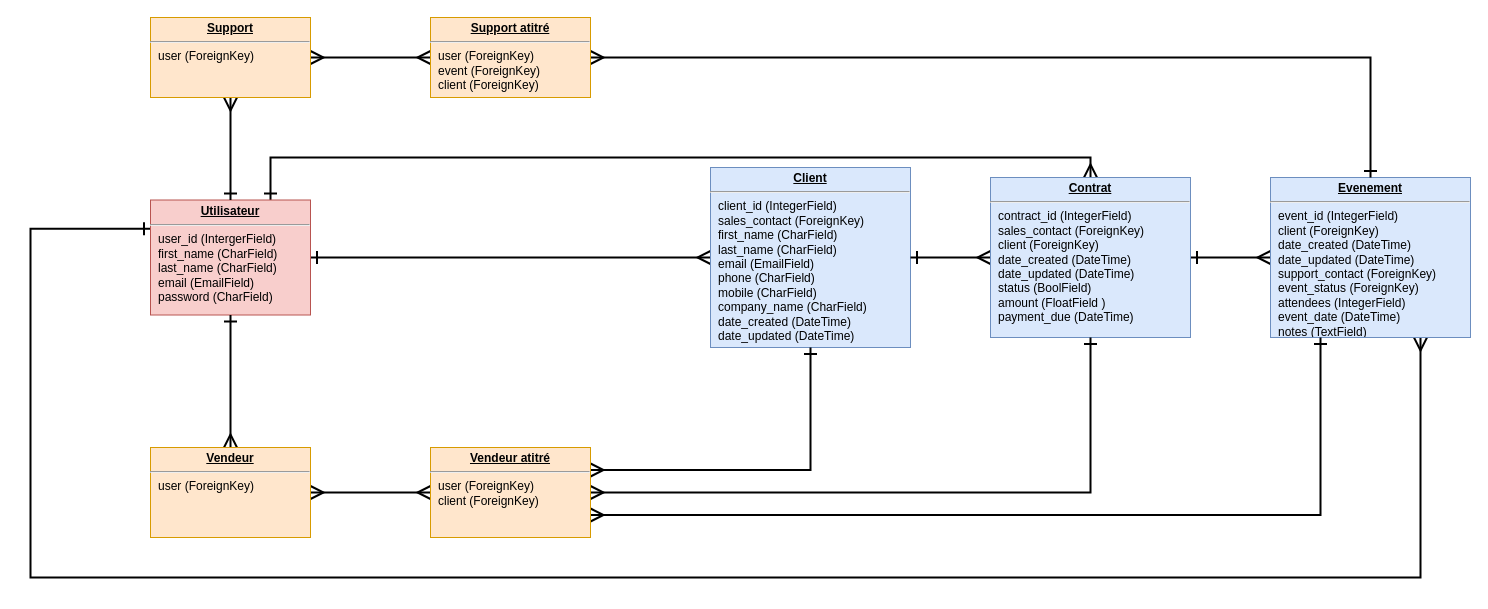
The draw.io diagram page "Page-3" (3 of 3) of diagramme/ERD_epic_events.drawio in Emericdefay/OCR_P12, before the edit. Source tidied: cells renumbered, new cells numbered last; positions are measured from the earlier drawing's top-left corner, leaving out a move shared by most shapes. Both pictures are drawn from the tidied source at 100%, with x=0, y=0 at pixel (30, 17).
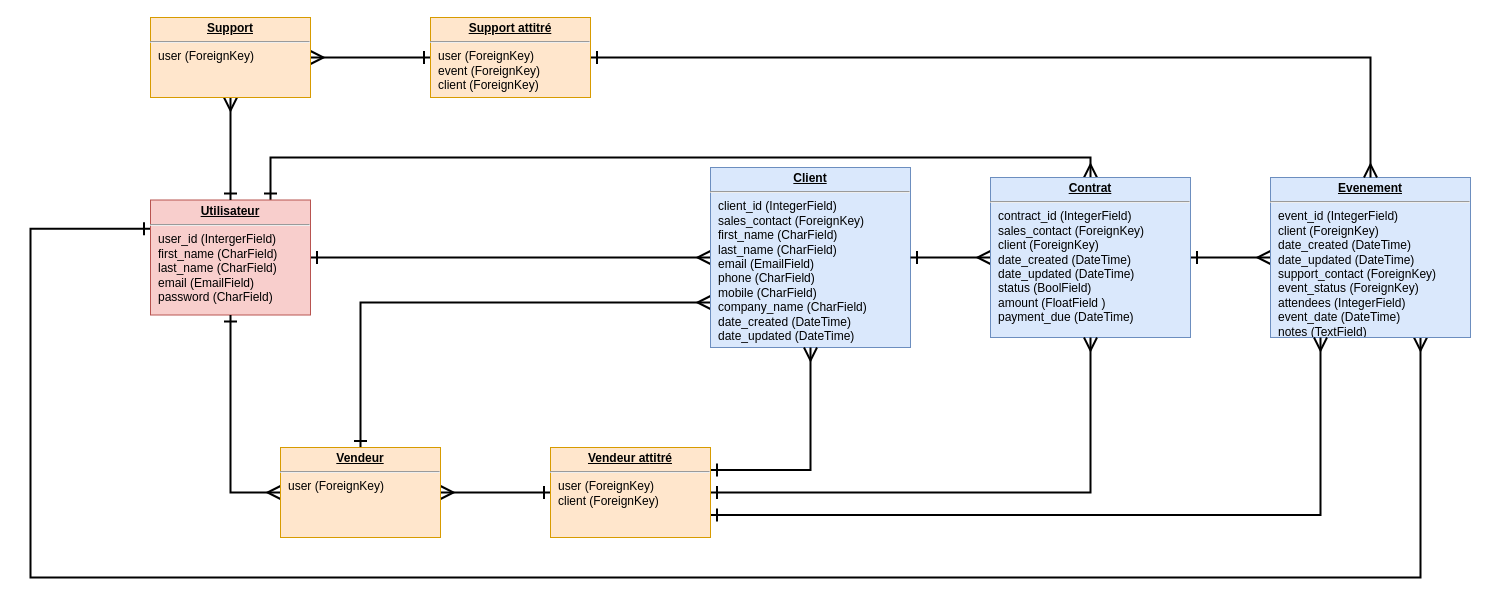
After the change.

Commit message (it also covers changes not shown here):
minor fix : ERD relations revised & rest_framework.authtoken deleted

Unchanged cells that the change refers to:
```xml
<mxCell id="3" value="&lt;p style=&quot;margin: 0px ; margin-top: 4px ; text-align: center ; text-decoration: underline&quot;&gt;&lt;b&gt;Client&lt;/b&gt;&lt;/p&gt;&lt;hr&gt;&lt;p style=&quot;margin: 0px ; margin-left: 8px&quot;&gt;&lt;span&gt;client_id (IntegerField)&lt;/span&gt;&lt;br&gt;&lt;/p&gt;&lt;p style=&quot;margin: 0px ; margin-left: 8px&quot;&gt;sales_contact (ForeignKey)&lt;br&gt;&lt;/p&gt;&lt;p style=&quot;margin: 0px ; margin-left: 8px&quot;&gt;first_name (CharField)&lt;br&gt;last_name (CharField)&lt;br&gt;email (EmailField)&lt;/p&gt;&lt;p style=&quot;margin: 0px ; margin-left: 8px&quot;&gt;phone (CharField)&lt;/p&gt;&lt;p style=&quot;margin: 0px ; margin-left: 8px&quot;&gt;mobile (CharField)&lt;/p&gt;&lt;p style=&quot;margin: 0px ; margin-left: 8px&quot;&gt;company_name (CharField)&lt;/p&gt;&lt;p style=&quot;margin: 0px ; margin-left: 8px&quot;&gt;date_created (DateTime)&lt;/p&gt;&lt;p style=&quot;margin: 0px ; margin-left: 8px&quot;&gt;date_updated (DateTime)&lt;/p&gt;" style="verticalAlign=top;align=left;overflow=fill;fontSize=12;fontFamily=Helvetica;html=1;fillColor=#dae8fc;strokeColor=#6c8ebf;" parent="1" vertex="1">
  <mxGeometry x="680" y="150" width="200" height="180" as="geometry" />
</mxCell>
<mxCell id="6" value="&lt;p style=&quot;margin: 0px ; margin-top: 4px ; text-align: center ; text-decoration: underline&quot;&gt;&lt;b&gt;Evenement&lt;/b&gt;&lt;/p&gt;&lt;hr&gt;&lt;p style=&quot;margin: 0px ; margin-left: 8px&quot;&gt;event_id (IntegerField)&lt;/p&gt;&lt;p style=&quot;margin: 0px ; margin-left: 8px&quot;&gt;client (ForeignKey)&lt;/p&gt;&lt;p style=&quot;margin: 0px ; margin-left: 8px&quot;&gt;date_created (DateTime)&lt;/p&gt;&lt;p style=&quot;margin: 0px ; margin-left: 8px&quot;&gt;date_updated (DateTime)&lt;/p&gt;&lt;p style=&quot;margin: 0px ; margin-left: 8px&quot;&gt;support_contact (ForeignKey)&lt;/p&gt;&lt;p style=&quot;margin: 0px ; margin-left: 8px&quot;&gt;event_status (ForeignKey)&lt;/p&gt;&lt;p style=&quot;margin: 0px ; margin-left: 8px&quot;&gt;attendees (IntegerField)&lt;/p&gt;&lt;p style=&quot;margin: 0px ; margin-left: 8px&quot;&gt;event_date (DateTime)&lt;/p&gt;&lt;p style=&quot;margin: 0px ; margin-left: 8px&quot;&gt;notes (TextField)&lt;/p&gt;" style="verticalAlign=top;align=left;overflow=fill;fontSize=12;fontFamily=Helvetica;html=1;fillColor=#dae8fc;strokeColor=#6c8ebf;" parent="1" vertex="1">
  <mxGeometry x="1240" y="160" width="200" height="160" as="geometry" />
</mxCell>
<mxCell id="9" value="&lt;p style=&quot;margin: 0px ; margin-top: 4px ; text-align: center ; text-decoration: underline&quot;&gt;&lt;b&gt;Contrat&lt;/b&gt;&lt;/p&gt;&lt;hr&gt;&lt;p style=&quot;margin: 0px ; margin-left: 8px&quot;&gt;contract_id (IntegerField)&lt;/p&gt;&lt;p style=&quot;margin: 0px ; margin-left: 8px&quot;&gt;sales_contact (ForeignKey)&lt;/p&gt;&lt;p style=&quot;margin: 0px ; margin-left: 8px&quot;&gt;client (ForeignKey)&lt;/p&gt;&lt;p style=&quot;margin: 0px ; margin-left: 8px&quot;&gt;date_created (DateTime)&lt;/p&gt;&lt;p style=&quot;margin: 0px ; margin-left: 8px&quot;&gt;date_updated (DateTime)&lt;/p&gt;&lt;p style=&quot;margin: 0px ; margin-left: 8px&quot;&gt;status (BoolField)&lt;/p&gt;&lt;p style=&quot;margin: 0px ; margin-left: 8px&quot;&gt;amount (FloatField )&lt;/p&gt;&lt;p style=&quot;margin: 0px ; margin-left: 8px&quot;&gt;payment_due (DateTime)&lt;/p&gt;" style="verticalAlign=top;align=left;overflow=fill;fontSize=12;fontFamily=Helvetica;html=1;fillColor=#dae8fc;strokeColor=#6c8ebf;" parent="1" vertex="1">
  <mxGeometry x="960" y="160" width="200" height="160" as="geometry" />
</mxCell>
<mxCell id="10" value="&lt;p style=&quot;margin: 0px ; margin-top: 4px ; text-align: center ; text-decoration: underline&quot;&gt;&lt;b&gt;Utilisateur&lt;/b&gt;&lt;/p&gt;&lt;hr&gt;&lt;p style=&quot;margin: 0px ; margin-left: 8px&quot;&gt;user_id (IntergerField)&lt;/p&gt;&lt;p style=&quot;margin: 0px ; margin-left: 8px&quot;&gt;first_name (CharField)&lt;/p&gt;&lt;p style=&quot;margin: 0px ; margin-left: 8px&quot;&gt;last_name (CharField)&lt;/p&gt;&lt;p style=&quot;margin: 0px ; margin-left: 8px&quot;&gt;email (EmailField)&lt;/p&gt;&lt;p style=&quot;margin: 0px ; margin-left: 8px&quot;&gt;password (CharField)&lt;/p&gt;" style="verticalAlign=top;align=left;overflow=fill;fontSize=12;fontFamily=Helvetica;html=1;fillColor=#f8cecc;strokeColor=#b85450;" parent="1" vertex="1">
  <mxGeometry x="120" y="182.5" width="160" height="115" as="geometry" />
</mxCell>
<mxCell id="22" value="&lt;p style=&quot;margin: 0px ; margin-top: 4px ; text-align: center ; text-decoration: underline&quot;&gt;&lt;b&gt;Support&lt;/b&gt;&lt;/p&gt;&lt;hr&gt;&lt;p style=&quot;margin: 0px ; margin-left: 8px&quot;&gt;user (ForeignKey)&lt;/p&gt;&lt;p style=&quot;margin: 0px ; margin-left: 8px&quot;&gt;&lt;br&gt;&lt;/p&gt;" style="verticalAlign=top;align=left;overflow=fill;fontSize=12;fontFamily=Helvetica;html=1;fillColor=#ffe6cc;strokeColor=#d79b00;" parent="1" vertex="1">
  <mxGeometry x="120" width="160" height="80" as="geometry" />
</mxCell>
```

Change to the diagram source:
```diff
@@
+    <mxCell id="23" style="edgeStyle=orthogonalEdgeStyle;rounded=0;jettySize=auto;html=1;exitX=0;exitY=0.75;exitDx=0;exitDy=0;entryX=0.5;entryY=0;entryDx=0;entryDy=0;startArrow=ERmany;startFill=0;strokeWidth=2;endArrow=ERone;endFill=0;endSize=10;startSize=10;" parent="1" edge="1" source="3" target="20">
+      <mxGeometry relative="1" as="geometry" />
+    </mxCell>
@@
-    <mxCell id="11" style="edgeStyle=orthogonalEdgeStyle;rounded=0;jettySize=auto;html=1;exitX=1;exitY=0.75;exitDx=0;exitDy=0;entryX=0.25;entryY=1;entryDx=0;entryDy=0;startArrow=ERmany;startFill=0;endArrow=ERone;endFill=0;endSize=10;startSize=10;strokeWidth=2;" parent="1" edge="1" source="15" target="6">
+    <mxCell id="11" style="edgeStyle=orthogonalEdgeStyle;rounded=0;jettySize=auto;html=1;exitX=1;exitY=0.75;exitDx=0;exitDy=0;entryX=0.25;entryY=1;entryDx=0;entryDy=0;startArrow=ERone;startFill=0;endArrow=ERmany;endFill=0;endSize=10;startSize=10;strokeWidth=2;" parent="1" edge="1" source="15" target="6">
       <mxGeometry relative="1" as="geometry" />
     </mxCell>
-    <mxCell id="12" style="edgeStyle=orthogonalEdgeStyle;rounded=0;jettySize=auto;html=1;exitX=1;exitY=0.5;exitDx=0;exitDy=0;entryX=0.5;entryY=1;entryDx=0;entryDy=0;startArrow=ERmany;startFill=0;endArrow=ERone;endFill=0;endSize=10;startSize=10;strokeWidth=2;" parent="1" edge="1" source="15" target="9">
+    <mxCell id="12" style="edgeStyle=orthogonalEdgeStyle;rounded=0;jettySize=auto;html=1;exitX=1;exitY=0.5;exitDx=0;exitDy=0;entryX=0.5;entryY=1;entryDx=0;entryDy=0;startArrow=ERone;startFill=0;endArrow=ERmany;endFill=0;endSize=10;startSize=10;strokeWidth=2;" parent="1" edge="1" source="15" target="9">
       <mxGeometry relative="1" as="geometry" />
     </mxCell>
-    <mxCell id="13" style="edgeStyle=orthogonalEdgeStyle;rounded=0;jettySize=auto;html=1;exitX=1;exitY=0.25;exitDx=0;exitDy=0;entryX=0.5;entryY=1;entryDx=0;entryDy=0;startArrow=ERmany;startFill=0;endArrow=ERone;endFill=0;endSize=10;startSize=10;strokeWidth=2;" parent="1" edge="1" source="15" target="3">
+    <mxCell id="13" style="edgeStyle=orthogonalEdgeStyle;rounded=0;jettySize=auto;html=1;exitX=1;exitY=0.25;exitDx=0;exitDy=0;entryX=0.5;entryY=1;entryDx=0;entryDy=0;startArrow=ERone;startFill=0;endArrow=ERmany;endFill=0;endSize=10;startSize=10;strokeWidth=2;" parent="1" edge="1" source="15" target="3">
       <mxGeometry relative="1" as="geometry" />
     </mxCell>
-    <mxCell id="14" style="edgeStyle=orthogonalEdgeStyle;rounded=0;jettySize=auto;html=1;exitX=0;exitY=0.5;exitDx=0;exitDy=0;entryX=1;entryY=0.5;entryDx=0;entryDy=0;startArrow=ERmany;startFill=0;endArrow=ERmany;endFill=0;startSize=10;endSize=10;strokeWidth=2;" parent="1" edge="1" source="15" target="20">
+    <mxCell id="14" style="edgeStyle=orthogonalEdgeStyle;rounded=0;jettySize=auto;html=1;exitX=0;exitY=0.5;exitDx=0;exitDy=0;entryX=1;entryY=0.5;entryDx=0;entryDy=0;startArrow=ERone;startFill=0;endArrow=ERmany;endFill=0;startSize=10;endSize=10;strokeWidth=2;" parent="1" edge="1" source="15" target="20">
       <mxGeometry relative="1" as="geometry" />
     </mxCell>
-    <mxCell id="15" value="&lt;p style=&quot;margin: 0px ; margin-top: 4px ; text-align: center ; text-decoration: underline&quot;&gt;&lt;b&gt;Vendeur a&lt;/b&gt;&lt;b&gt;titré&lt;/b&gt;&lt;/p&gt;&lt;hr&gt;&lt;p style=&quot;margin: 0px ; margin-left: 8px&quot;&gt;user (ForeignKey)&lt;/p&gt;&lt;p style=&quot;margin: 0px ; margin-left: 8px&quot;&gt;client (ForeignKey)&lt;/p&gt;" style="verticalAlign=top;align=left;overflow=fill;fontSize=12;fontFamily=Helvetica;html=1;fillColor=#ffe6cc;strokeColor=#d79b00;" parent="1" vertex="1">
-      <mxGeometry x="400" y="430" width="160" height="90" as="geometry" />
+    <mxCell id="15" value="&lt;p style=&quot;margin: 0px ; margin-top: 4px ; text-align: center ; text-decoration: underline&quot;&gt;&lt;b&gt;Vendeur at&lt;/b&gt;&lt;b&gt;titré&lt;/b&gt;&lt;/p&gt;&lt;hr&gt;&lt;p style=&quot;margin: 0px ; margin-left: 8px&quot;&gt;user (ForeignKey)&lt;/p&gt;&lt;p style=&quot;margin: 0px ; margin-left: 8px&quot;&gt;client (ForeignKey)&lt;/p&gt;" style="verticalAlign=top;align=left;overflow=fill;fontSize=12;fontFamily=Helvetica;html=1;fillColor=#ffe6cc;strokeColor=#d79b00;" parent="1" vertex="1">
+      <mxGeometry x="520" y="430" width="160" height="90" as="geometry" />
     </mxCell>
-    <mxCell id="16" style="edgeStyle=orthogonalEdgeStyle;rounded=0;jettySize=auto;html=1;exitX=1;exitY=0.5;exitDx=0;exitDy=0;entryX=0.5;entryY=0;entryDx=0;entryDy=0;startArrow=ERmany;startFill=0;startSize=10;endArrow=ERone;endFill=0;endSize=10;targetPerimeterSpacing=0;strokeWidth=2;" parent="1" edge="1" source="18" target="6">
+    <mxCell id="16" style="edgeStyle=orthogonalEdgeStyle;rounded=0;jettySize=auto;html=1;exitX=1;exitY=0.5;exitDx=0;exitDy=0;entryX=0.5;entryY=0;entryDx=0;entryDy=0;startArrow=ERone;startFill=0;startSize=10;endArrow=ERmany;endFill=0;endSize=10;targetPerimeterSpacing=0;strokeWidth=2;" parent="1" edge="1" source="18" target="6">
       <mxGeometry relative="1" as="geometry" />
     </mxCell>
-    <mxCell id="17" style="edgeStyle=orthogonalEdgeStyle;rounded=0;jettySize=auto;html=1;exitX=0;exitY=0.5;exitDx=0;exitDy=0;entryX=1;entryY=0.5;entryDx=0;entryDy=0;startArrow=ERmany;startFill=0;endArrow=ERmany;endFill=0;startSize=10;endSize=10;strokeWidth=2;" parent="1" edge="1" source="18" target="22">
+    <mxCell id="17" style="edgeStyle=orthogonalEdgeStyle;rounded=0;jettySize=auto;html=1;exitX=0;exitY=0.5;exitDx=0;exitDy=0;entryX=1;entryY=0.5;entryDx=0;entryDy=0;startArrow=ERone;startFill=0;endArrow=ERmany;endFill=0;startSize=10;endSize=10;strokeWidth=2;" parent="1" edge="1" source="18" target="22">
       <mxGeometry relative="1" as="geometry" />
     </mxCell>
-    <mxCell id="18" value="&lt;p style=&quot;margin: 0px ; margin-top: 4px ; text-align: center ; text-decoration: underline&quot;&gt;&lt;b&gt;Support atitré&lt;/b&gt;&lt;/p&gt;&lt;hr&gt;&lt;p style=&quot;margin: 0px ; margin-left: 8px&quot;&gt;user (ForeignKey)&lt;/p&gt;&lt;p style=&quot;margin: 0px ; margin-left: 8px&quot;&gt;event (ForeignKey)&lt;/p&gt;&lt;p style=&quot;margin: 0px ; margin-left: 8px&quot;&gt;client (ForeignKey)&lt;/p&gt;&lt;p style=&quot;margin: 0px ; margin-left: 8px&quot;&gt;&lt;br&gt;&lt;/p&gt;" style="verticalAlign=top;align=left;overflow=fill;fontSize=12;fontFamily=Helvetica;html=1;fillColor=#ffe6cc;strokeColor=#d79b00;" parent="1" vertex="1">
+    <mxCell id="18" value="&lt;p style=&quot;margin: 0px ; margin-top: 4px ; text-align: center ; text-decoration: underline&quot;&gt;&lt;b&gt;Support attitré&lt;/b&gt;&lt;/p&gt;&lt;hr&gt;&lt;p style=&quot;margin: 0px ; margin-left: 8px&quot;&gt;user (ForeignKey)&lt;/p&gt;&lt;p style=&quot;margin: 0px ; margin-left: 8px&quot;&gt;event (ForeignKey)&lt;/p&gt;&lt;p style=&quot;margin: 0px ; margin-left: 8px&quot;&gt;client (ForeignKey)&lt;/p&gt;&lt;p style=&quot;margin: 0px ; margin-left: 8px&quot;&gt;&lt;br&gt;&lt;/p&gt;" style="verticalAlign=top;align=left;overflow=fill;fontSize=12;fontFamily=Helvetica;html=1;fillColor=#ffe6cc;strokeColor=#d79b00;" parent="1" vertex="1">
       <mxGeometry x="400" width="160" height="80" as="geometry" />
     </mxCell>
-    <mxCell id="19" style="edgeStyle=orthogonalEdgeStyle;rounded=0;jettySize=auto;html=1;exitX=0.5;exitY=0;exitDx=0;exitDy=0;entryX=0.5;entryY=1;entryDx=0;entryDy=0;startArrow=ERmany;startFill=0;endArrow=ERone;endFill=0;startSize=10;endSize=10;strokeWidth=2;" parent="1" edge="1" source="20" target="10">
+    <mxCell id="19" style="edgeStyle=orthogonalEdgeStyle;rounded=0;jettySize=auto;html=1;exitX=0;exitY=0.5;exitDx=0;exitDy=0;entryX=0.5;entryY=1;entryDx=0;entryDy=0;startArrow=ERmany;startFill=0;endArrow=ERone;endFill=0;startSize=10;endSize=10;strokeWidth=2;" parent="1" edge="1" source="20" target="10">
       <mxGeometry relative="1" as="geometry" />
     </mxCell>
     <mxCell id="20" value="&lt;p style=&quot;margin: 0px ; margin-top: 4px ; text-align: center ; text-decoration: underline&quot;&gt;&lt;b&gt;Vendeur&lt;/b&gt;&lt;/p&gt;&lt;hr&gt;&lt;p style=&quot;margin: 0px ; margin-left: 8px&quot;&gt;user (ForeignKey)&lt;br&gt;&lt;/p&gt;" style="verticalAlign=top;align=left;overflow=fill;fontSize=12;fontFamily=Helvetica;html=1;fillColor=#ffe6cc;strokeColor=#d79b00;" parent="1" vertex="1">
-      <mxGeometry x="120" y="430" width="160" height="90" as="geometry" />
+      <mxGeometry x="250" y="430" width="160" height="90" as="geometry" />
     </mxCell>
```
